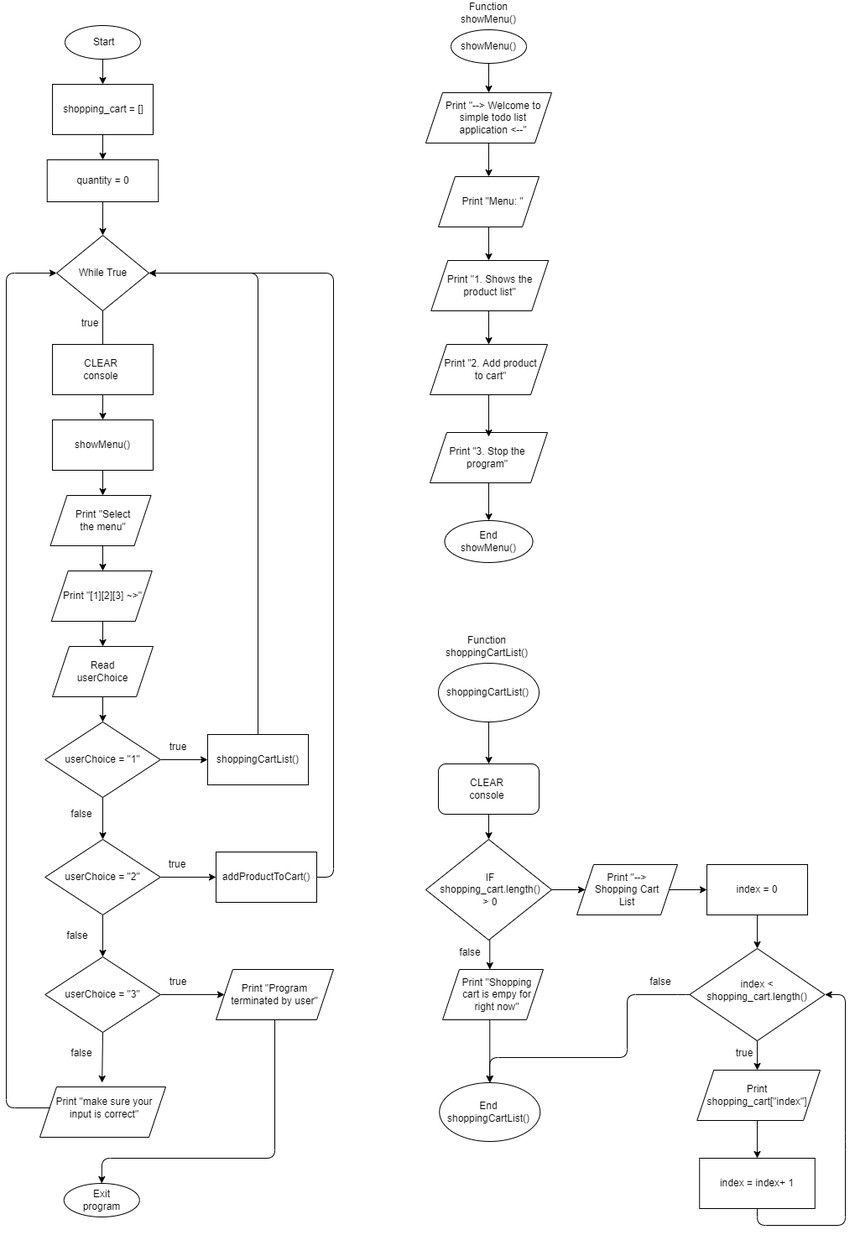
Before: flowchart.drawio.png, a diagram exported from draw.io (snykk/najib_fikri-shopping_cart_app). Source tidied: cells renumbered, new cells last; positions are measured from the earlier drawing's top-left corner, leaving out a move shared by most shapes.
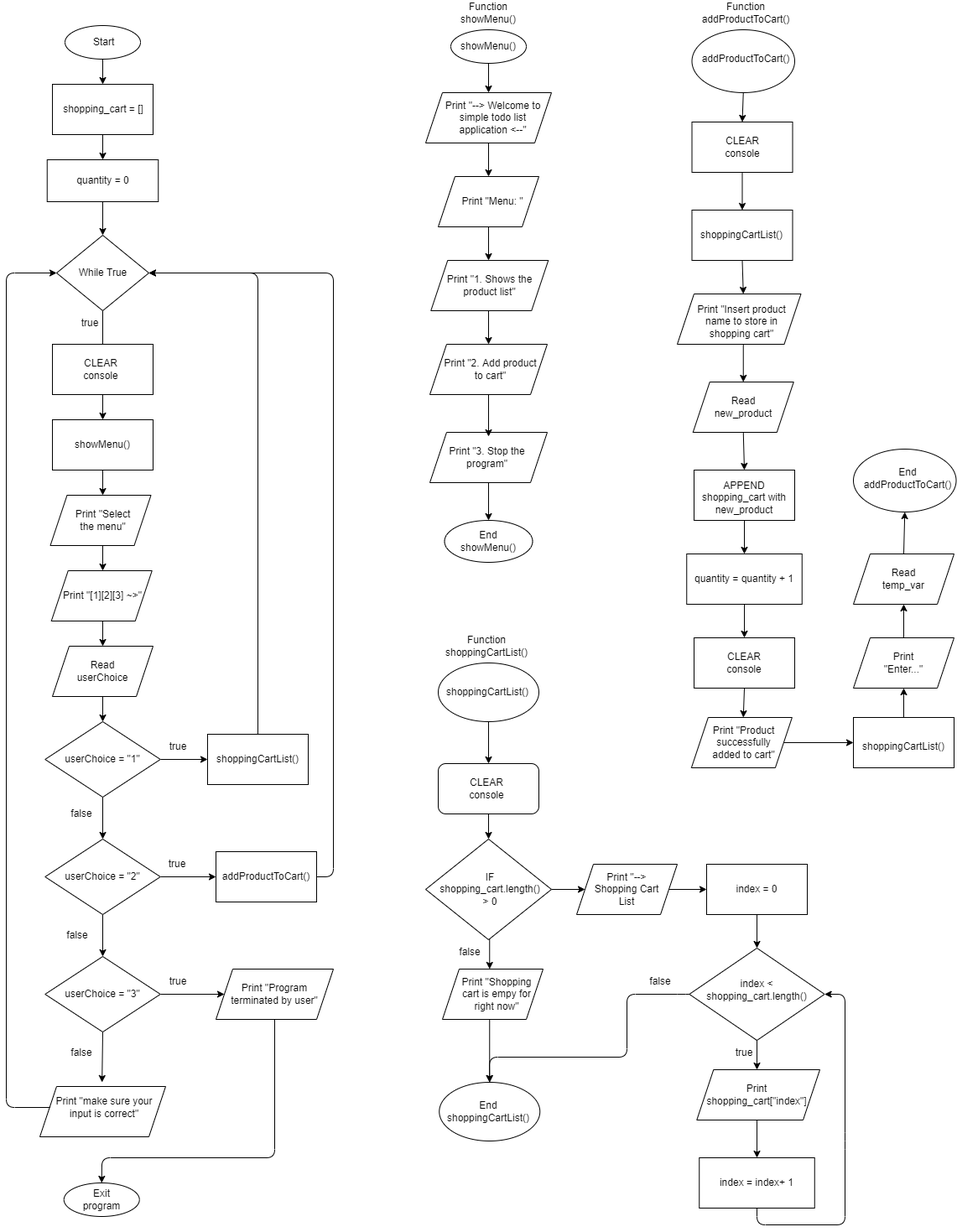
The same file after the commit.

Commit message:
change a flowchart file to provide process flow of addProductToCart() function

Change to the diagram source:
```diff
@@ -8,6 +8,15 @@
     <mxCell id="3" style="shape=parallelogram;perimeter=parallelogramPerimeter;whiteSpace=wrap;html=1;fixedSize=1;rounded=0;" parent="1" vertex="1">
       <mxGeometry x="520" y="1155" width="120" height="60" as="geometry" />
     </mxCell>
+    <mxCell id="118" style="shape=parallelogram;perimeter=parallelogramPerimeter;whiteSpace=wrap;html=1;fixedSize=1;" parent="1" vertex="1">
+      <mxGeometry x="816.9" y="855" width="120" height="60" as="geometry" />
+    </mxCell>
+    <mxCell id="119" style="shape=parallelogram;perimeter=parallelogramPerimeter;whiteSpace=wrap;html=1;fixedSize=1;" parent="1" vertex="1">
+      <mxGeometry x="1010" y="760" width="120" height="60" as="geometry" />
+    </mxCell>
+    <mxCell id="120" style="shape=parallelogram;perimeter=parallelogramPerimeter;whiteSpace=wrap;html=1;fixedSize=1;rounded=0;" parent="1" vertex="1">
+      <mxGeometry x="800" y="350" width="147.5" height="60" as="geometry" />
+    </mxCell>
     <mxCell id="4" style="shape=parallelogram;perimeter=parallelogramPerimeter;whiteSpace=wrap;html=1;fixedSize=1;rounded=0;" parent="1" vertex="1">
       <mxGeometry x="680" y="1030" width="120" height="60" as="geometry" />
     </mxCell>
@@ -423,6 +432,124 @@
     <mxCell id="115" value="true" style="text;html=1;strokeColor=none;fillColor=none;align=center;verticalAlign=middle;whiteSpace=wrap;rounded=0;" parent="1" vertex="1">
       <mxGeometry x="850" y="1240" width="60" height="30" as="geometry" />
     </mxCell>
+    <mxCell id="121" style="edgeStyle=none;html=1;exitX=0.5;exitY=1;exitDx=0;exitDy=0;entryX=0.5;entryY=0;entryDx=0;entryDy=0;" parent="1" edge="1" source="122" target="126">
+      <mxGeometry relative="1" as="geometry" />
+    </mxCell>
+    <mxCell id="122" style="ellipse;whiteSpace=wrap;html=1;rounded=0;" parent="1" vertex="1">
+      <mxGeometry x="817.5" y="35" width="122.5" height="75" as="geometry" />
+    </mxCell>
+    <mxCell id="123" value="addProductToCart()" style="text;html=1;strokeColor=none;fillColor=none;align=center;verticalAlign=middle;whiteSpace=wrap;rounded=0;" parent="1" vertex="1">
+      <mxGeometry x="852.5" y="55" width="60" height="30" as="geometry" />
+    </mxCell>
+    <mxCell id="124" value="Function addProductToCart()" style="text;html=1;strokeColor=none;fillColor=none;align=center;verticalAlign=middle;whiteSpace=wrap;rounded=0;" parent="1" vertex="1">
+      <mxGeometry x="827.5" width="110" height="30" as="geometry" />
+    </mxCell>
+    <mxCell id="125" style="edgeStyle=none;html=1;exitX=0.5;exitY=1;exitDx=0;exitDy=0;entryX=0.5;entryY=0;entryDx=0;entryDy=0;" parent="1" edge="1" source="126" target="129">
+      <mxGeometry relative="1" as="geometry" />
+    </mxCell>
+    <mxCell id="126" style="rounded=0;whiteSpace=wrap;html=1;" parent="1" vertex="1">
+      <mxGeometry x="817.5" y="145" width="120" height="60" as="geometry" />
+    </mxCell>
+    <mxCell id="127" value="CLEAR console" style="text;html=1;strokeColor=none;fillColor=none;align=center;verticalAlign=middle;whiteSpace=wrap;rounded=0;" parent="1" vertex="1">
+      <mxGeometry x="847.5" y="160" width="60" height="30" as="geometry" />
+    </mxCell>
+    <mxCell id="128" style="edgeStyle=none;html=1;exitX=0.5;exitY=1;exitDx=0;exitDy=0;entryX=0.5;entryY=0;entryDx=0;entryDy=0;" parent="1" edge="1" source="129">
+      <mxGeometry relative="1" as="geometry">
+        <mxPoint x="878.8" y="350" as="targetPoint" />
+      </mxGeometry>
+    </mxCell>
+    <mxCell id="129" style="rounded=0;whiteSpace=wrap;html=1;" parent="1" vertex="1">
+      <mxGeometry x="817.5" y="250" width="120" height="60" as="geometry" />
+    </mxCell>
+    <mxCell id="130" value="shoppingCartList()" style="text;html=1;strokeColor=none;fillColor=none;align=center;verticalAlign=middle;whiteSpace=wrap;rounded=0;" parent="1" vertex="1">
+      <mxGeometry x="847.5" y="265" width="60" height="30" as="geometry" />
+    </mxCell>
+    <mxCell id="131" style="edgeStyle=none;html=1;exitX=0.5;exitY=1;exitDx=0;exitDy=0;entryX=0.5;entryY=0;entryDx=0;entryDy=0;" parent="1" edge="1" target="134">
+      <mxGeometry relative="1" as="geometry">
+        <mxPoint x="878.8" y="410" as="sourcePoint" />
+      </mxGeometry>
+    </mxCell>
+    <mxCell id="132" value="Print &quot;Insert product name to store in shopping cart&quot;" style="text;html=1;strokeColor=none;fillColor=none;align=center;verticalAlign=middle;whiteSpace=wrap;rounded=0;" parent="1" vertex="1">
+      <mxGeometry x="820" y="365" width="113.7" height="35" as="geometry" />
+    </mxCell>
+    <mxCell id="133" style="edgeStyle=none;html=1;exitX=0.5;exitY=1;exitDx=0;exitDy=0;entryX=0.5;entryY=0;entryDx=0;entryDy=0;" parent="1" edge="1" source="134" target="137">
+      <mxGeometry relative="1" as="geometry" />
+    </mxCell>
+    <mxCell id="134" style="shape=parallelogram;perimeter=parallelogramPerimeter;whiteSpace=wrap;html=1;fixedSize=1;" parent="1" vertex="1">
+      <mxGeometry x="818.8" y="455" width="120" height="60" as="geometry" />
+    </mxCell>
+    <mxCell id="135" value="Read new_product" style="text;html=1;strokeColor=none;fillColor=none;align=center;verticalAlign=middle;whiteSpace=wrap;rounded=0;" parent="1" vertex="1">
+      <mxGeometry x="848.8" y="470" width="60" height="30" as="geometry" />
+    </mxCell>
+    <mxCell id="136" style="edgeStyle=none;html=1;exitX=0.5;exitY=1;exitDx=0;exitDy=0;entryX=0.5;entryY=0;entryDx=0;entryDy=0;" parent="1" edge="1" source="137" target="140">
+      <mxGeometry relative="1" as="geometry" />
+    </mxCell>
+    <mxCell id="137" style="rounded=0;whiteSpace=wrap;html=1;" parent="1" vertex="1">
+      <mxGeometry x="820" y="560" width="120" height="60" as="geometry" />
+    </mxCell>
+    <mxCell id="138" value="APPEND shopping_cart with new_product" style="text;html=1;strokeColor=none;fillColor=none;align=center;verticalAlign=middle;whiteSpace=wrap;rounded=0;" parent="1" vertex="1">
+      <mxGeometry x="820" y="565" width="120" height="55" as="geometry" />
+    </mxCell>
+    <mxCell id="139" style="edgeStyle=none;html=1;exitX=0.5;exitY=1;exitDx=0;exitDy=0;entryX=0.5;entryY=0;entryDx=0;entryDy=0;" parent="1" edge="1" source="140" target="143">
+      <mxGeometry relative="1" as="geometry" />
+    </mxCell>
+    <mxCell id="140" style="rounded=0;whiteSpace=wrap;html=1;" parent="1" vertex="1">
+      <mxGeometry x="811.2" y="660" width="137.5" height="60" as="geometry" />
+    </mxCell>
+    <mxCell id="141" value="quantity = quantity + 1" style="text;html=1;strokeColor=none;fillColor=none;align=center;verticalAlign=middle;whiteSpace=wrap;rounded=0;" parent="1" vertex="1">
+      <mxGeometry x="815.8" y="675" width="127.5" height="30" as="geometry" />
+    </mxCell>
+    <mxCell id="142" style="edgeStyle=none;html=1;exitX=0.5;exitY=1;exitDx=0;exitDy=0;entryX=0.5;entryY=0;entryDx=0;entryDy=0;" parent="1" edge="1" source="143">
+      <mxGeometry relative="1" as="geometry">
+        <mxPoint x="878.8" y="855" as="targetPoint" />
+      </mxGeometry>
+    </mxCell>
+    <mxCell id="143" style="rounded=0;whiteSpace=wrap;html=1;" parent="1" vertex="1">
+      <mxGeometry x="820" y="760" width="120" height="60" as="geometry" />
+    </mxCell>
+    <mxCell id="144" value="CLEAR console" style="text;html=1;strokeColor=none;fillColor=none;align=center;verticalAlign=middle;whiteSpace=wrap;rounded=0;" parent="1" vertex="1">
+      <mxGeometry x="850" y="775" width="60" height="30" as="geometry" />
+    </mxCell>
+    <mxCell id="145" style="edgeStyle=none;html=1;exitX=1;exitY=0.5;exitDx=0;exitDy=0;entryX=0;entryY=0.5;entryDx=0;entryDy=0;" parent="1" edge="1" source="118" target="148">
+      <mxGeometry relative="1" as="geometry" />
+    </mxCell>
+    <mxCell id="146" value="Print &quot;Product successfully added to cart&quot;" style="text;html=1;strokeColor=none;fillColor=none;align=center;verticalAlign=middle;whiteSpace=wrap;rounded=0;" parent="1" vertex="1">
+      <mxGeometry x="829.4" y="870" width="101.2" height="30" as="geometry" />
+    </mxCell>
+    <mxCell id="147" style="edgeStyle=none;html=1;exitX=0.5;exitY=0;exitDx=0;exitDy=0;entryX=0.5;entryY=1;entryDx=0;entryDy=0;" parent="1" edge="1" source="148">
+      <mxGeometry relative="1" as="geometry">
+        <mxPoint x="1070" y="820" as="targetPoint" />
+      </mxGeometry>
+    </mxCell>
+    <mxCell id="148" style="rounded=0;whiteSpace=wrap;html=1;" parent="1" vertex="1">
+      <mxGeometry x="1010" y="855" width="120" height="60" as="geometry" />
+    </mxCell>
+    <mxCell id="149" value="shoppingCartList()" style="text;html=1;strokeColor=none;fillColor=none;align=center;verticalAlign=middle;whiteSpace=wrap;rounded=0;" parent="1" vertex="1">
+      <mxGeometry x="1040" y="875" width="60" height="30" as="geometry" />
+    </mxCell>
+    <mxCell id="150" style="edgeStyle=none;html=1;exitX=0.5;exitY=0;exitDx=0;exitDy=0;entryX=0.5;entryY=1;entryDx=0;entryDy=0;" parent="1" edge="1" target="153">
+      <mxGeometry relative="1" as="geometry">
+        <mxPoint x="1070" y="760" as="sourcePoint" />
+      </mxGeometry>
+    </mxCell>
+    <mxCell id="151" value="Print &quot;Enter...&quot;" style="text;html=1;strokeColor=none;fillColor=none;align=center;verticalAlign=middle;whiteSpace=wrap;rounded=0;" parent="1" vertex="1">
+      <mxGeometry x="1040" y="775" width="60" height="30" as="geometry" />
+    </mxCell>
+    <mxCell id="152" style="edgeStyle=none;html=1;exitX=0.5;exitY=0;exitDx=0;exitDy=0;entryX=0.5;entryY=1;entryDx=0;entryDy=0;" parent="1" edge="1" source="153" target="155">
+      <mxGeometry relative="1" as="geometry" />
+    </mxCell>
+    <mxCell id="153" style="shape=parallelogram;perimeter=parallelogramPerimeter;whiteSpace=wrap;html=1;fixedSize=1;" parent="1" vertex="1">
+      <mxGeometry x="1010" y="660" width="120" height="60" as="geometry" />
+    </mxCell>
+    <mxCell id="154" value="Read temp_var" style="text;html=1;strokeColor=none;fillColor=none;align=center;verticalAlign=middle;whiteSpace=wrap;rounded=0;" parent="1" vertex="1">
+      <mxGeometry x="1040" y="675" width="60" height="30" as="geometry" />
+    </mxCell>
+    <mxCell id="155" style="ellipse;whiteSpace=wrap;html=1;rounded=0;" parent="1" vertex="1">
+      <mxGeometry x="1010" y="535" width="122.5" height="75" as="geometry" />
+    </mxCell>
+    <mxCell id="156" value="End addProductToCart()" style="text;html=1;strokeColor=none;fillColor=none;align=center;verticalAlign=middle;whiteSpace=wrap;rounded=0;" parent="1" vertex="1">
+      <mxGeometry x="1045" y="555" width="60" height="30" as="geometry" />
+    </mxCell>
     <mxCell id="116" style="rounded=0;whiteSpace=wrap;html=1;" parent="1" vertex="1">
       <mxGeometry x="826.2" y="1380" width="137.5" height="60" as="geometry" />
     </mxCell>
```
